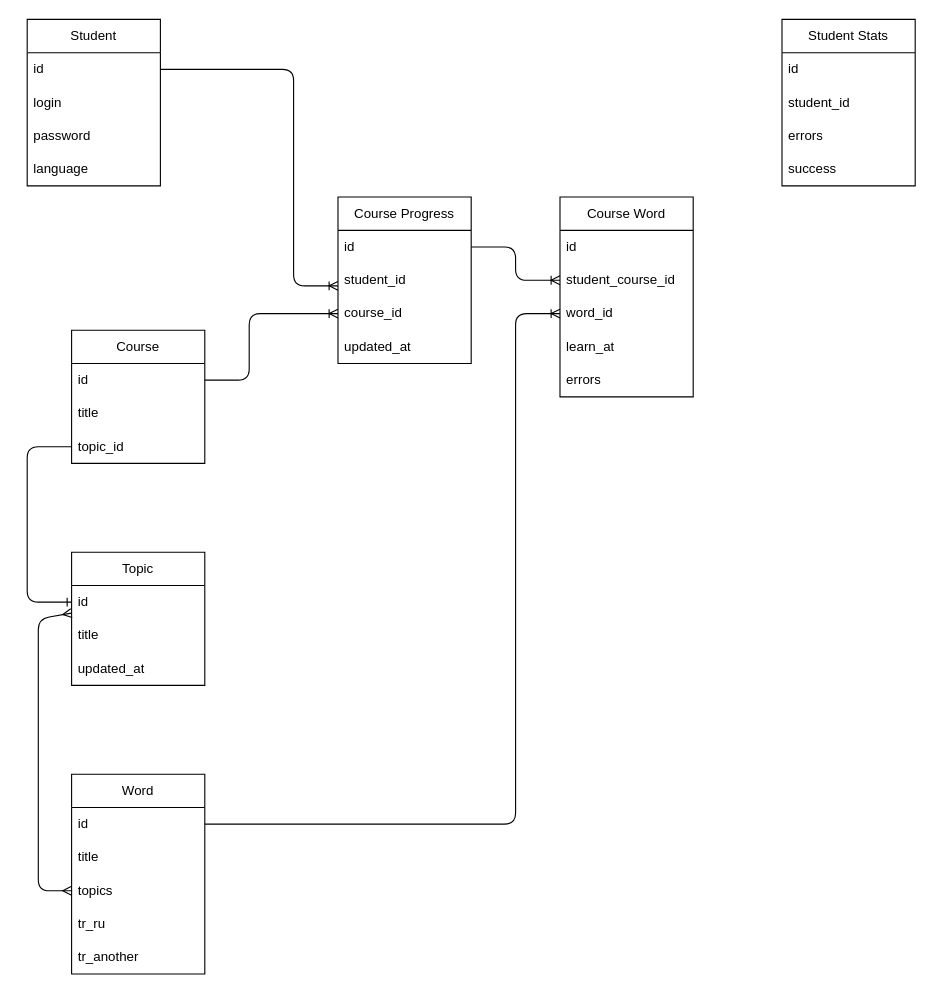
Before: page "Data" (2 of 2) of docs/scheme.drawio in Igorok/pocket_dictionary, a draw.io diagram. Source tidied: cells renumbered, new cells numbered last; positions are measured from the earlier drawing's top-left corner, leaving out a move shared by most shapes. Both pictures are drawn from the tidied source at 111%, with x=0, y=0 at pixel (27, 19).
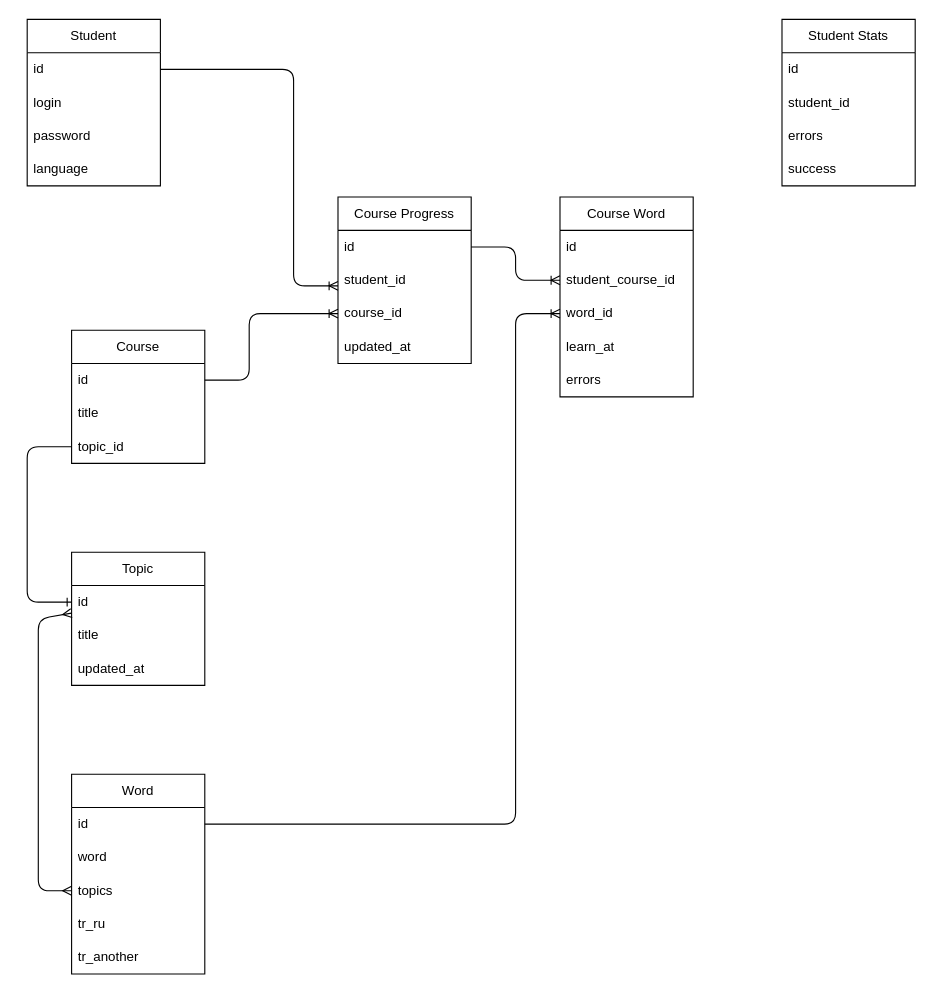
Above is the later version.

Unchanged cells that the change refers to:
```xml
<mxCell id="26" value="Word" style="swimlane;fontStyle=0;horizontal=1;startSize=30;whiteSpace=wrap;html=1;" parent="1" vertex="1">
  <mxGeometry x="40" y="680" width="120" height="180" as="geometry" />
</mxCell>
```

The edit, as a diff of the source:
```diff
@@
-    <mxCell id="28" value="title" style="text;strokeColor=none;fillColor=none;align=left;verticalAlign=middle;spacingLeft=4;spacingRight=4;overflow=hidden;whiteSpace=wrap;html=1;" parent="26" vertex="1">
+    <mxCell id="28" value="word" style="text;strokeColor=none;fillColor=none;align=left;verticalAlign=middle;spacingLeft=4;spacingRight=4;overflow=hidden;whiteSpace=wrap;html=1;" parent="26" vertex="1">
       <mxGeometry y="60" width="120" height="30" as="geometry" />
     </mxCell>
```
